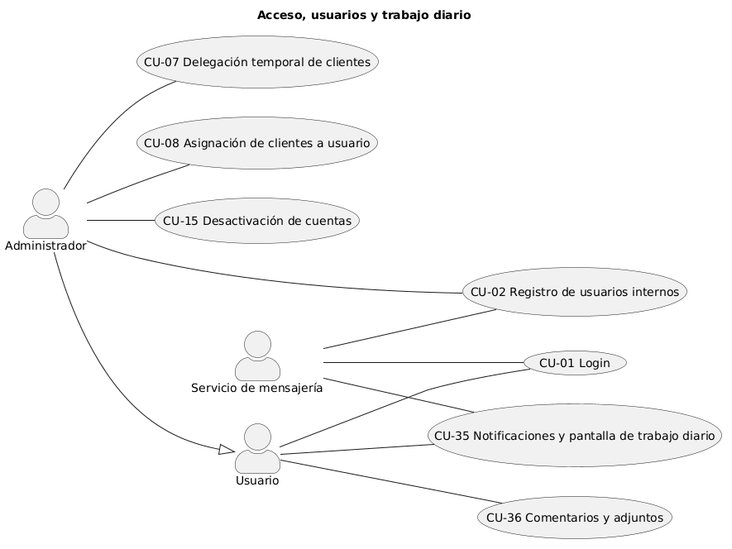
EVerjanoPerez/Grupo-Al-khwarizmi keeps this PlantUML diagram as Diagramas/diagrama_completo/imagenes/diagrama1.png. Above is the earlier version.
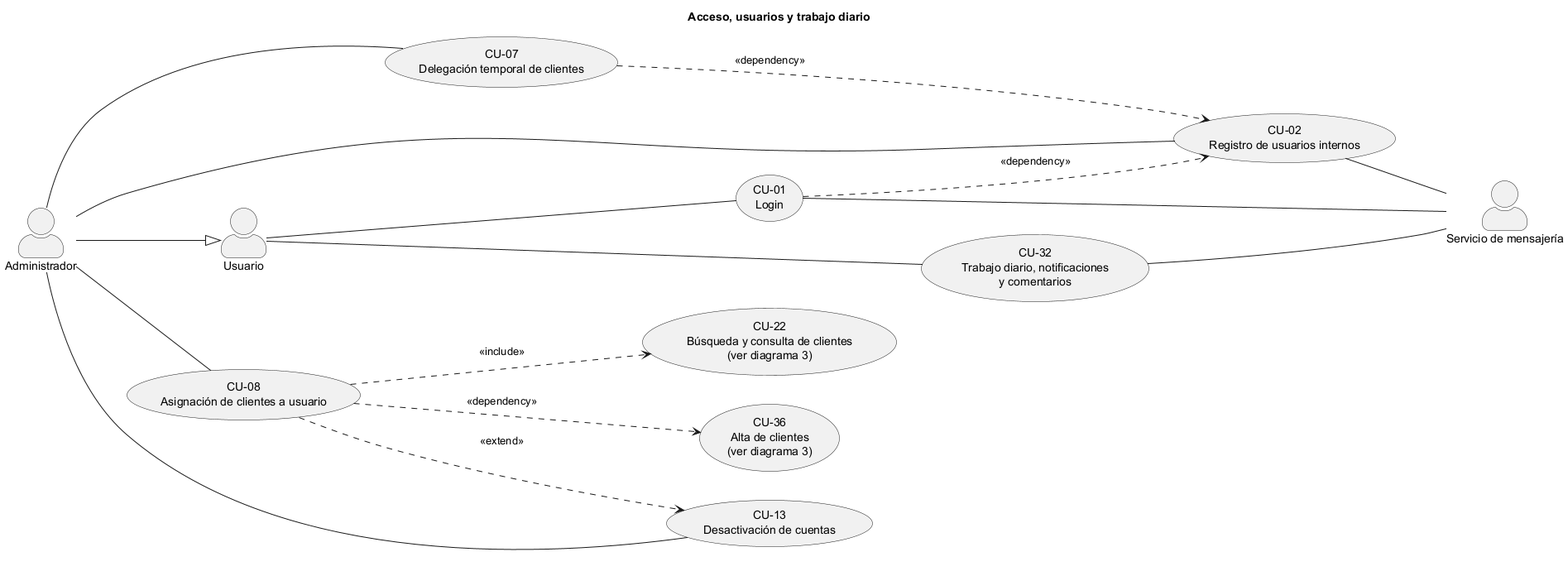
The same diagram one commit later.

Diff of the diagram source:
```diff
@@ -3,30 +3,35 @@
 left to right direction
 title Acceso, usuarios y trabajo diario
 
-actor :Usuario: as usuario
 actor :Administrador: as admin
 actor :Servicio de mensajería: as mensajeria
-
-usecase (CU-01 Login) as cu01
-usecase (CU-02 Registro de usuarios internos) as cu02
-usecase (CU-07 Delegación temporal de clientes) as cu07
-usecase (CU-08 Asignación de clientes a usuario) as cu08
-usecase (CU-15 Desactivación de cuentas) as cu15
-usecase (CU-35 Notificaciones y pantalla de trabajo diario) as cu35
-usecase (CU-36 Comentarios y adjuntos) as cu36
+actor :Usuario: as usuario
 
 admin --|> usuario
+usecase "CU-13\nDesactivación de cuentas" as cu13
+usecase "CU-02\nRegistro de usuarios internos" as cu02
+usecase "CU-08\nAsignación de clientes a usuario" as cu08
+usecase "CU-32\nTrabajo diario, notificaciones\ny comentarios" as cu32
+usecase "CU-07\nDelegación temporal de clientes" as cu07
+usecase "CU-01\nLogin" as cu01
+usecase "CU-22\nBúsqueda y consulta de clientes\n(ver diagrama 3)" as cu22
+usecase "CU-36\nAlta de clientes\n(ver diagrama 3)" as cu36
 
 usuario -- cu01
-usuario -- cu35
-usuario -- cu36
+usuario -- cu32
 
 admin -- cu02
 admin -- cu07
 admin -- cu08
-admin -- cu15
+admin -- cu13
 
-mensajeria -- cu01
-mensajeria -- cu02
-mensajeria -- cu35
+cu01 -- mensajeria
+cu02 -- mensajeria
+cu32 -- mensajeria
+
+cu01 ..> cu02 : <<dependency>>
+cu07 ..> cu02 : <<dependency>>
+cu08 ..> cu13 : <<extend>>
+cu08 ..> cu22 : <<include>>
+cu08 ..> cu36 : <<dependency>>
 @enduml
```
